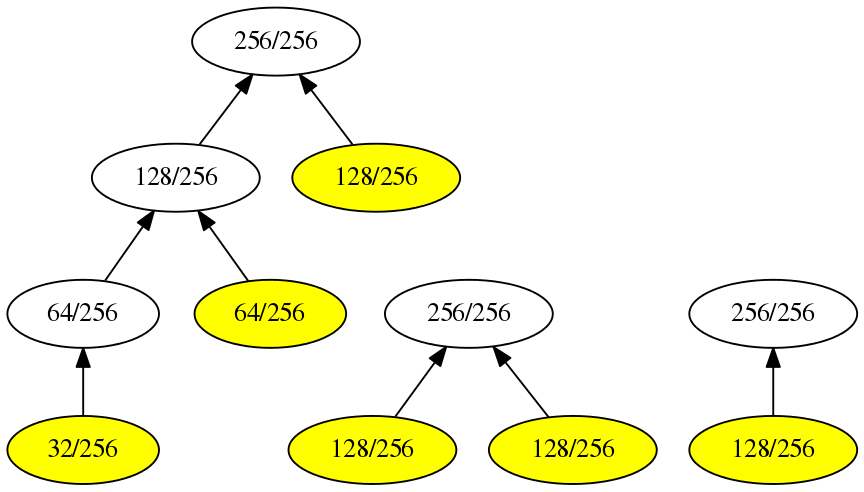
iitramar/guiTool keeps this Graphviz diagram as GuiTool/image/Remia/RemiaHeapDot.png. Above is the earlier version. Its source is kept beside it as GuiTool/image/Remia/RemiaHeapDot.dot.
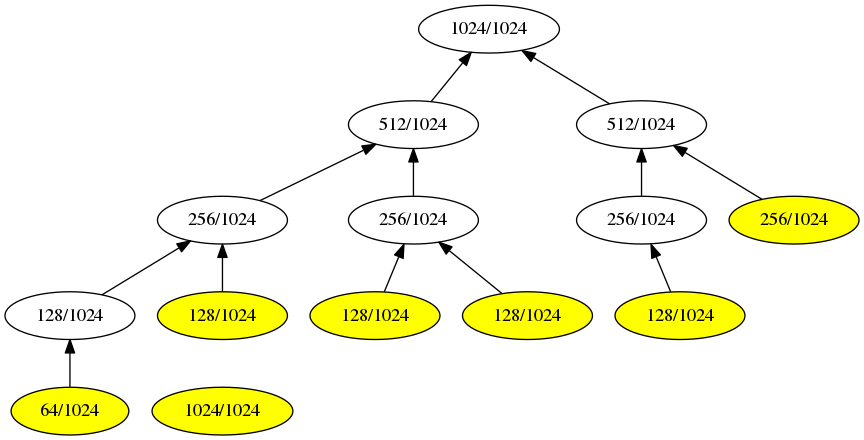
The same file after the commit.

What changed in the source:
```diff
@@ -1,28 +1,36 @@
 digraph G {
 rankdir = BT;
-101[label= " 256/256 " ];
-202[label= " 128/256 " ];
+101[label= " 1024/1024 " ];
+202[label= " 512/1024 " ];
 202->101
-203[label= " 128/256 " ];
+203[label= " 512/1024 " ];
 203->101
-404[label= " 64/256 " ];
+404[label= " 256/1024 " ];
 404->202
-405[label= " 64/256 " ];
+405[label= " 256/1024 " ];
 405->202
-808[label= " 32/256 " ];
+808[label= " 128/1024 " ];
 808->404
-808[style=filled, fillcolor=yellow];
-405[style=filled, fillcolor=yellow];
-203[style=filled, fillcolor=yellow];
-201[label= " 256/256 " ];
-402[label= " 128/256 " ];
-402->201
-403[label= " 128/256 " ];
-403->201
-402[style=filled, fillcolor=yellow];
-403[style=filled, fillcolor=yellow];
-301[label= " 256/256 " ];
-602[label= " 128/256 " ];
-602->301
-602[style=filled, fillcolor=yellow];
+809[label= " 128/1024 " ];
+809->404
+1616[label= " 64/1024 " ];
+1616->808
+1616[style=filled, fillcolor=yellow];
+809[style=filled, fillcolor=yellow];
+810[label= " 128/1024 " ];
+810->405
+811[label= " 128/1024 " ];
+811->405
+810[style=filled, fillcolor=yellow];
+811[style=filled, fillcolor=yellow];
+406[label= " 256/1024 " ];
+406->203
+407[label= " 256/1024 " ];
+407->203
+812[label= " 128/1024 " ];
+812->406
+812[style=filled, fillcolor=yellow];
+407[style=filled, fillcolor=yellow];
+201[label= " 1024/1024 " ];
+201[style=filled, fillcolor=yellow];
 }
```
